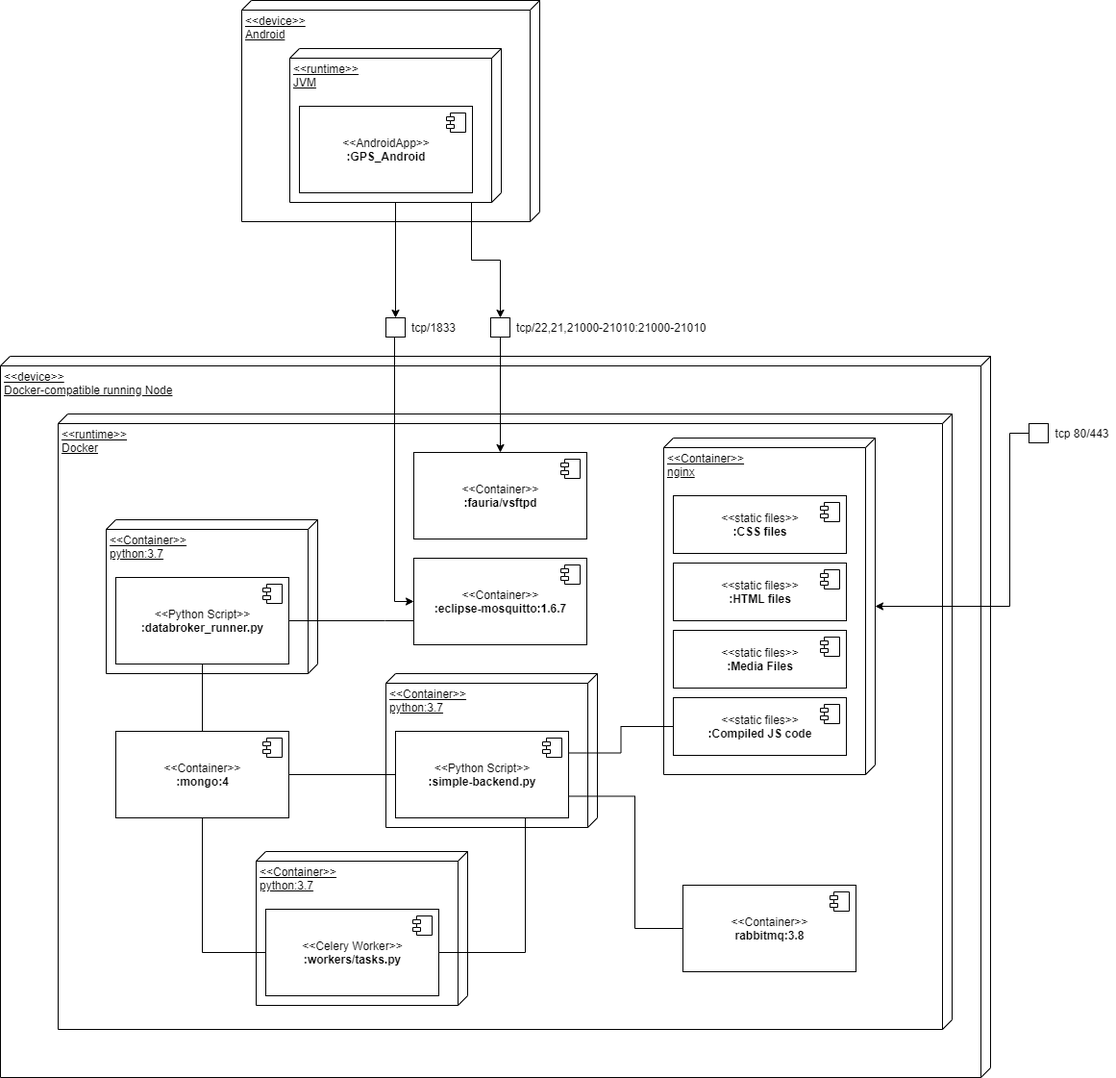
Above: docs/schemes/deployment/DeploymentDiagram-Containerized.png in Kirkirillka/GPS_Tracker (draw.io), before the change. Source tidied: cells renumbered, new cells last; positions are measured from the earlier drawing's top-left corner, leaving out a move shared by most shapes.
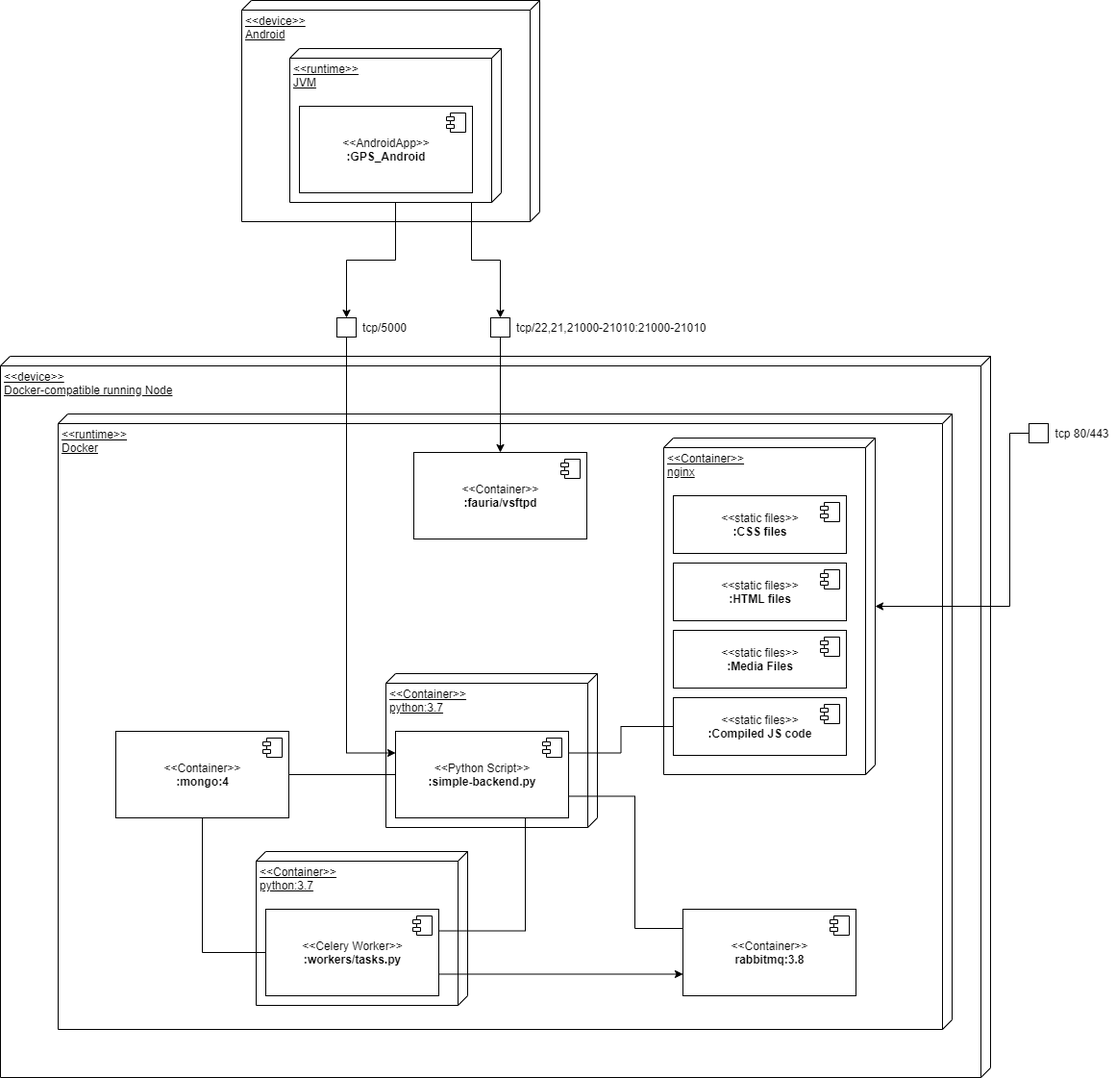
After the change.

What changed in the source:
```diff
@@ -9,7 +9,7 @@
       <mxGeometry x="60" y="430" width="930" height="640" as="geometry" />
     </mxCell>
     <mxCell id="4" value="&amp;lt;&amp;lt;Container&amp;gt;&amp;gt;&lt;br&gt;&lt;b&gt;rabbitmq:3.8&lt;/b&gt;" style="html=1;" parent="1" vertex="1">
-      <mxGeometry x="710" y="920" width="180" height="90" as="geometry" />
+      <mxGeometry x="710" y="945" width="180" height="90" as="geometry" />
     </mxCell>
     <mxCell id="5" style="shape=component;jettyWidth=8;jettyHeight=4;" parent="4" vertex="1">
       <mxGeometry x="1" width="20" height="20" relative="1" as="geometry">
@@ -24,28 +24,6 @@
         <mxPoint x="-27" y="7" as="offset" />
       </mxGeometry>
     </mxCell>
-    <mxCell id="8" value="&amp;lt;&amp;lt;Container&amp;gt;&amp;gt;&lt;br&gt;&lt;b&gt;:eclipse-mosquitto:1.6.7&lt;/b&gt;" style="html=1;" parent="1" vertex="1">
-      <mxGeometry x="430" y="580" width="180" height="90" as="geometry" />
-    </mxCell>
-    <mxCell id="9" style="shape=component;jettyWidth=8;jettyHeight=4;" parent="8" vertex="1">
-      <mxGeometry x="1" width="20" height="20" relative="1" as="geometry">
-        <mxPoint x="-27" y="7" as="offset" />
-      </mxGeometry>
-    </mxCell>
-    <mxCell id="10" style="group;" parent="1" vertex="1">
-      <mxGeometry x="110" y="540" width="220" height="160" as="geometry" />
-    </mxCell>
-    <mxCell id="11" value="&amp;lt;&amp;lt;Container&amp;gt;&amp;gt;&lt;br&gt;python:3.7" style="verticalAlign=top;align=left;spacingTop=8;spacingLeft=2;spacingRight=12;shape=cube;size=10;direction=south;fontStyle=4;html=1;" parent="10" vertex="1">
-      <mxGeometry width="220" height="160" as="geometry" />
-    </mxCell>
-    <mxCell id="12" value="&amp;lt;&amp;lt;Python Script&amp;gt;&amp;gt;&lt;br&gt;&lt;b&gt;:databroker_runner.py&lt;/b&gt;" style="html=1;" parent="10" vertex="1">
-      <mxGeometry x="10" y="60" width="180" height="90" as="geometry" />
-    </mxCell>
-    <mxCell id="13" style="shape=component;jettyWidth=8;jettyHeight=4;" parent="12" vertex="1">
-      <mxGeometry x="1" width="20" height="20" relative="1" as="geometry">
-        <mxPoint x="-27" y="7" as="offset" />
-      </mxGeometry>
-    </mxCell>
     <mxCell id="14" style="group;" parent="1" vertex="1">
       <mxGeometry x="401" y="700" width="220" height="160" as="geometry" />
     </mxCell>
@@ -155,12 +133,12 @@
       </mxGeometry>
     </mxCell>
     <mxCell id="43" style="group;" parent="1" vertex="1">
-      <mxGeometry x="401" y="330" width="85" height="20" as="geometry" />
+      <mxGeometry x="350" y="330" width="85" height="20" as="geometry" />
     </mxCell>
     <mxCell id="44" style="whiteSpace=wrap;html=1;" parent="43" vertex="1">
       <mxGeometry width="20" height="20" as="geometry" />
     </mxCell>
-    <mxCell id="45" value="tcp/1833" style="text;html=1;align=left;verticalAlign=middle;" parent="43" vertex="1">
+    <mxCell id="45" value="tcp/5000" style="text;html=1;align=left;verticalAlign=middle;" parent="43" vertex="1">
       <mxGeometry x="25" width="60" height="20" as="geometry" />
     </mxCell>
     <mxCell id="46" style="group;" parent="1" vertex="1">
@@ -175,10 +153,10 @@
     <mxCell id="49" style="edgeStyle=orthogonalEdgeStyle;rounded=0;jettySize=auto;html=1;" parent="1" edge="1" source="47" target="22">
       <mxGeometry relative="1" as="geometry" />
     </mxCell>
-    <mxCell id="50" style="edgeStyle=orthogonalEdgeStyle;rounded=0;jettySize=auto;html=1;entryX=0;entryY=0.5;entryDx=0;entryDy=0;" parent="1" edge="1" source="44" target="8">
+    <mxCell id="50" style="edgeStyle=orthogonalEdgeStyle;rounded=0;jettySize=auto;html=1;entryX=0;entryY=0.25;entryDx=0;entryDy=0;" parent="1" edge="1" source="44" target="16">
       <mxGeometry relative="1" as="geometry">
         <Array as="points">
-          <mxPoint x="410" y="625" />
+          <mxPoint x="360" y="783" />
         </Array>
       </mxGeometry>
     </mxCell>
@@ -193,14 +171,6 @@
         </Array>
       </mxGeometry>
     </mxCell>
-    <mxCell id="53" style="edgeStyle=orthogonalEdgeStyle;rounded=0;jettySize=auto;html=1;endArrow=none;endFill=0;" parent="1" edge="1" source="12" target="8">
-      <mxGeometry relative="1" as="geometry">
-        <Array as="points">
-          <mxPoint x="400" y="645" />
-          <mxPoint x="400" y="645" />
-        </Array>
-      </mxGeometry>
-    </mxCell>
     <mxCell id="54" style="edgeStyle=orthogonalEdgeStyle;rounded=0;jettySize=auto;html=1;endArrow=none;endFill=0;exitX=1;exitY=0.75;exitDx=0;exitDy=0;" parent="1" edge="1" source="16" target="4">
       <mxGeometry relative="1" as="geometry">
         <Array as="points">
@@ -212,15 +182,12 @@
     <mxCell id="55" style="edgeStyle=orthogonalEdgeStyle;rounded=0;jettySize=auto;html=1;endArrow=none;endFill=0;entryX=1;entryY=0.25;entryDx=0;entryDy=0;" parent="1" edge="1" source="32" target="16">
       <mxGeometry relative="1" as="geometry" />
     </mxCell>
-    <mxCell id="56" style="edgeStyle=orthogonalEdgeStyle;rounded=0;jettySize=auto;html=1;endArrow=none;endFill=0;exitX=0.75;exitY=1;exitDx=0;exitDy=0;entryX=1;entryY=0.5;entryDx=0;entryDy=0;" parent="1" edge="1" source="16" target="20">
+    <mxCell id="56" style="edgeStyle=orthogonalEdgeStyle;rounded=0;jettySize=auto;html=1;endArrow=none;endFill=0;exitX=0.75;exitY=1;exitDx=0;exitDy=0;entryX=1;entryY=0.25;entryDx=0;entryDy=0;" parent="1" edge="1" source="16" target="20">
       <mxGeometry relative="1" as="geometry" />
     </mxCell>
     <mxCell id="57" style="edgeStyle=orthogonalEdgeStyle;rounded=0;jettySize=auto;html=1;endArrow=none;endFill=0;" parent="1" edge="1" source="16" target="6">
       <mxGeometry relative="1" as="geometry" />
     </mxCell>
-    <mxCell id="58" style="edgeStyle=orthogonalEdgeStyle;rounded=0;jettySize=auto;html=1;endArrow=none;endFill=0;" parent="1" edge="1" source="12" target="6">
-      <mxGeometry relative="1" as="geometry" />
-    </mxCell>
     <mxCell id="59" style="edgeStyle=orthogonalEdgeStyle;rounded=0;jettySize=auto;html=1;endArrow=none;endFill=0;" parent="1" edge="1" source="20" target="6">
       <mxGeometry relative="1" as="geometry">
         <Array as="points">
@@ -228,5 +195,8 @@
         </Array>
       </mxGeometry>
     </mxCell>
+    <mxCell id="60" style="edgeStyle=orthogonalEdgeStyle;rounded=0;jettySize=auto;html=1;exitX=1;exitY=0.75;exitDx=0;exitDy=0;entryX=0;entryY=0.75;entryDx=0;entryDy=0;" parent="1" edge="1" source="20" target="4">
+      <mxGeometry relative="1" as="geometry" />
+    </mxCell>
   </root>
 </mxGraphModel>
```
